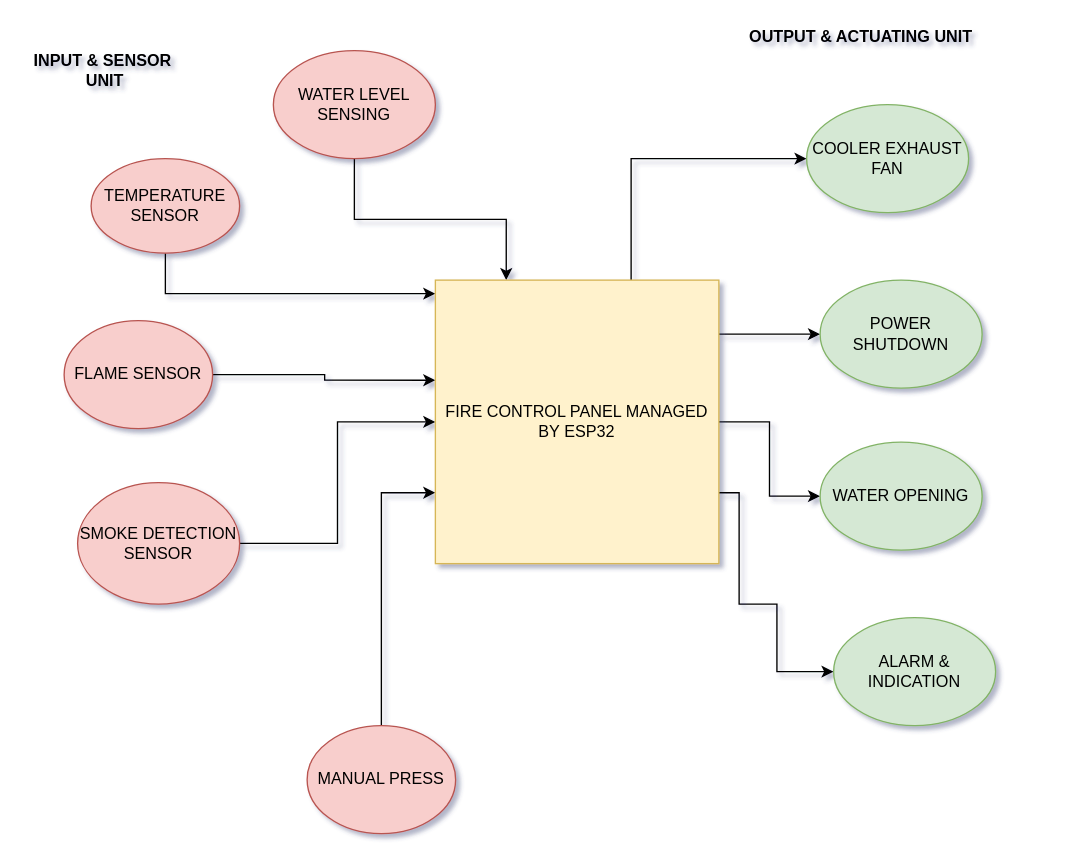
Above: images/fire_block diagram.drawio in Prashaanth06/Mtech_dissertation_Multithreaded_programming (draw.io), before the change. Source tidied: cells renumbered, new cells numbered last; positions are measured from the earlier drawing's top-left corner, leaving out a move shared by most shapes. Both pictures are drawn from the tidied source at 135%, with x=0, y=0 at pixel (23, 23). Pictures stored in the file or linked from it are replaced by grey dashed boxes.
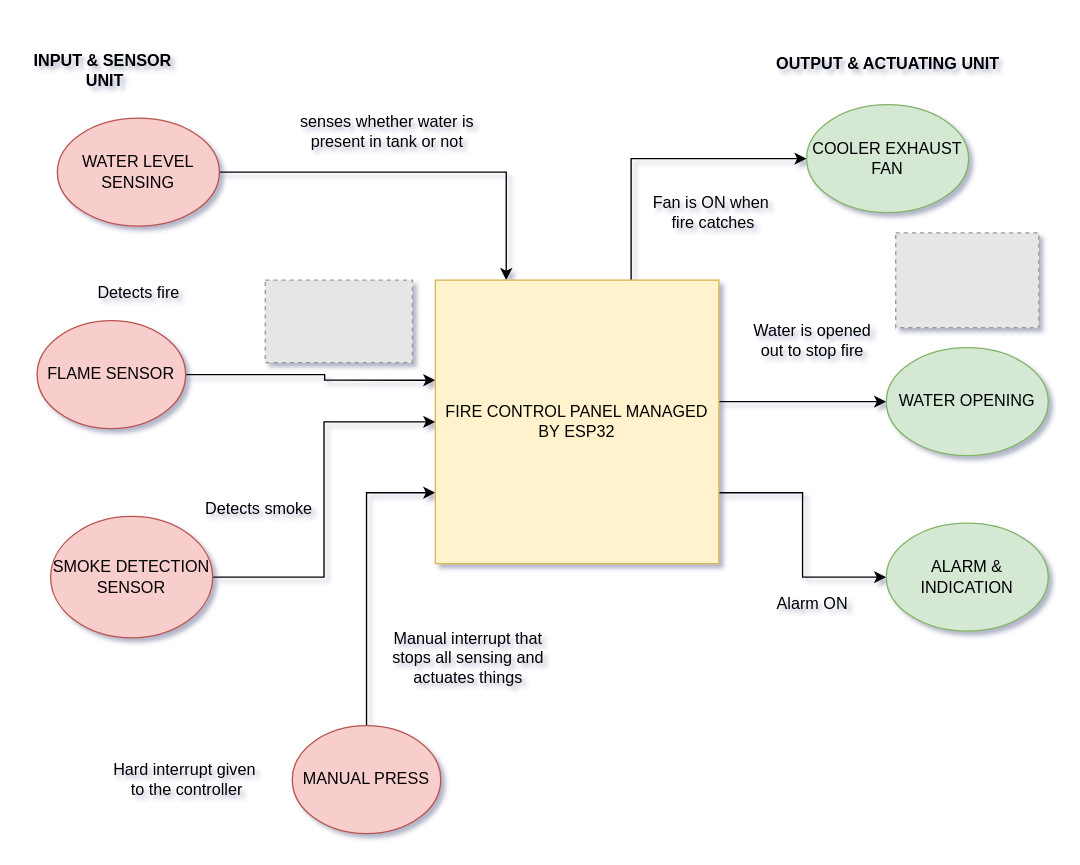
The same page after the edit.

The change refers to these unchanged cells:
```xml
<mxCell id="16" value="FIRE CONTROL PANEL MANAGED BY ESP32" style="whiteSpace=wrap;html=1;fillColor=#fff2cc;strokeColor=#d6b656;" parent="1" vertex="1">
  <mxGeometry x="305" y="190" width="210" height="210" as="geometry" />
</mxCell>
```

What changed in the source:
```diff
@@
     <mxCell id="3" value="WATER LEVEL SENSING" style="ellipse;whiteSpace=wrap;html=1;fillColor=#f8cecc;strokeColor=#b85450;" parent="1" vertex="1">
-      <mxGeometry x="185" y="20" width="120" height="80" as="geometry" />
+      <mxGeometry x="25" y="70" width="120" height="80" as="geometry" />
     </mxCell>
@@
     <mxCell id="5" value="FLAME SENSOR" style="ellipse;whiteSpace=wrap;html=1;fillColor=#f8cecc;strokeColor=#b85450;" parent="1" vertex="1">
-      <mxGeometry x="30" y="220" width="110" height="80" as="geometry" />
+      <mxGeometry x="10" y="220" width="110" height="80" as="geometry" />
     </mxCell>
-    <mxCell id="6" style="edgeStyle=orthogonalEdgeStyle;rounded=0;jettySize=auto;html=1;" parent="1" edge="1" source="7" target="16">
-      <mxGeometry relative="1" as="geometry">
-        <Array as="points">
-          <mxPoint x="105" y="200" />
-        </Array>
-      </mxGeometry>
-    </mxCell>
-    <mxCell id="7" value="TEMPERATURE SENSOR" style="ellipse;whiteSpace=wrap;html=1;fillColor=#f8cecc;strokeColor=#b85450;" parent="1" vertex="1">
-      <mxGeometry x="50" y="100" width="110" height="70" as="geometry" />
-    </mxCell>
@@
     <mxCell id="9" value="SMOKE DETECTION SENSOR" style="ellipse;whiteSpace=wrap;html=1;fillColor=#f8cecc;strokeColor=#b85450;" parent="1" vertex="1">
-      <mxGeometry x="40" y="340" width="120" height="90" as="geometry" />
+      <mxGeometry x="20" y="365" width="120" height="90" as="geometry" />
     </mxCell>
@@
     <mxCell id="11" value="MANUAL PRESS" style="ellipse;whiteSpace=wrap;html=1;fillColor=#f8cecc;strokeColor=#b85450;" parent="1" vertex="1">
-      <mxGeometry x="210" y="520" width="110" height="80" as="geometry" />
+      <mxGeometry x="199" y="520" width="110" height="80" as="geometry" />
     </mxCell>
@@
-    <mxCell id="13" style="edgeStyle=orthogonalEdgeStyle;rounded=0;jettySize=auto;html=1;entryX=0;entryY=0.5;entryDx=0;entryDy=0;" parent="1" edge="1" source="16" target="18">
-      <mxGeometry relative="1" as="geometry">
-        <Array as="points">
-          <mxPoint x="500" y="230" />
-          <mxPoint x="500" y="230" />
-        </Array>
-      </mxGeometry>
-    </mxCell>
     <mxCell id="14" style="edgeStyle=orthogonalEdgeStyle;rounded=0;jettySize=auto;html=1;entryX=0;entryY=0.5;entryDx=0;entryDy=0;" parent="1" edge="1" source="16" target="19">
-      <mxGeometry relative="1" as="geometry" />
+      <mxGeometry relative="1" as="geometry">
+        <Array as="points">
+          <mxPoint x="549" y="280" />
+          <mxPoint x="549" y="280" />
+        </Array>
+      </mxGeometry>
     </mxCell>
     <mxCell id="15" style="edgeStyle=orthogonalEdgeStyle;rounded=0;jettySize=auto;html=1;exitX=1;exitY=0.75;exitDx=0;exitDy=0;entryX=0;entryY=0.5;entryDx=0;entryDy=0;" parent="1" edge="1" source="16" target="20">
-      <mxGeometry relative="1" as="geometry">
-        <Array as="points">
-          <mxPoint x="530" y="348" />
-          <mxPoint x="530" y="430" />
-          <mxPoint x="558" y="430" />
-          <mxPoint x="558" y="480" />
-        </Array>
-      </mxGeometry>
+      <mxGeometry relative="1" as="geometry" />
     </mxCell>
@@
-    <mxCell id="18" value="POWER SHUTDOWN" style="ellipse;whiteSpace=wrap;html=1;fillColor=#d5e8d4;strokeColor=#82b366;" parent="1" vertex="1">
-      <mxGeometry x="590" y="190" width="120" height="80" as="geometry" />
-    </mxCell>
     <mxCell id="19" value="WATER OPENING" style="ellipse;whiteSpace=wrap;html=1;fillColor=#d5e8d4;strokeColor=#82b366;" parent="1" vertex="1">
-      <mxGeometry x="590" y="310" width="120" height="80" as="geometry" />
+      <mxGeometry x="639" y="240" width="120" height="80" as="geometry" />
     </mxCell>
     <mxCell id="20" value="ALARM &amp;amp; INDICATION" style="ellipse;whiteSpace=wrap;html=1;fillColor=#d5e8d4;strokeColor=#82b366;" parent="1" vertex="1">
-      <mxGeometry x="600" y="440" width="120" height="80" as="geometry" />
+      <mxGeometry x="639" y="370" width="120" height="80" as="geometry" />
     </mxCell>
@@
     <mxCell id="22" value="OUTPUT &amp;amp; ACTUATING UNIT" style="text;html=1;align=center;verticalAlign=middle;fontStyle=1;" parent="1" vertex="1">
-      <mxGeometry x="530" width="180" height="20" as="geometry" />
+      <mxGeometry x="550" y="20" width="180" height="20" as="geometry" />
     </mxCell>
+    <mxCell id="23" value="senses whether water is &lt;br&gt;present in tank or not" style="text;html=1;align=center;verticalAlign=middle;" parent="1" vertex="1">
+      <mxGeometry x="199" y="65" width="140" height="30" as="geometry" />
+    </mxCell>
+    <mxCell id="24" value="Fan is ON when&lt;br&gt;&amp;nbsp;fire catches" style="text;html=1;align=center;verticalAlign=middle;" parent="1" vertex="1">
+      <mxGeometry x="459" y="125" width="100" height="30" as="geometry" />
+    </mxCell>
+    <mxCell id="25" value="Alarm ON" style="text;html=1;align=center;verticalAlign=middle;" parent="1" vertex="1">
+      <mxGeometry x="549" y="420" width="70" height="20" as="geometry" />
+    </mxCell>
+    <mxCell id="26" value="Water is opened &lt;br&gt;out to stop fire" style="text;html=1;align=center;verticalAlign=middle;" parent="1" vertex="1">
+      <mxGeometry x="534" y="220" width="100" height="30" as="geometry" />
+    </mxCell>
+    <mxCell id="27" value="Detects fire" style="text;html=1;align=center;verticalAlign=middle;" parent="1" vertex="1">
+      <mxGeometry x="45" y="190" width="80" height="20" as="geometry" />
+    </mxCell>
+    <mxCell id="28" value="Manual interrupt that &lt;br&gt;stops all sensing and &lt;br&gt;actuates things" style="text;html=1;align=center;verticalAlign=middle;" parent="1" vertex="1">
+      <mxGeometry x="264" y="445" width="130" height="50" as="geometry" />
+    </mxCell>
+    <mxCell id="29" value="Hard interrupt given&lt;br&gt;&amp;nbsp;to the controller" style="text;html=1;align=center;verticalAlign=middle;" parent="1" vertex="1">
+      <mxGeometry x="59" y="545" width="120" height="30" as="geometry" />
+    </mxCell>
+    <mxCell id="30" value="Detects smoke" style="text;html=1;align=center;verticalAlign=middle;" parent="1" vertex="1">
+      <mxGeometry x="129" y="350" width="90" height="20" as="geometry" />
+    </mxCell>
+    <mxCell id="31" style="fillColor=#E6E6E6;strokeColor=#999999;dashed=1;verticalLabelPosition=bottom;labelBackgroundColor=#ffffff;verticalAlign=top;" parent="1" vertex="1">
+      <mxGeometry x="179" y="190" width="109" height="61.2" as="geometry" />
+    </mxCell>
+    <mxCell id="32" style="fillColor=#E6E6E6;strokeColor=#999999;dashed=1;verticalLabelPosition=bottom;labelBackgroundColor=#ffffff;verticalAlign=top;" parent="1" vertex="1">
+      <mxGeometry x="646" y="155" width="106" height="70.3" as="geometry" />
+    </mxCell>
```
